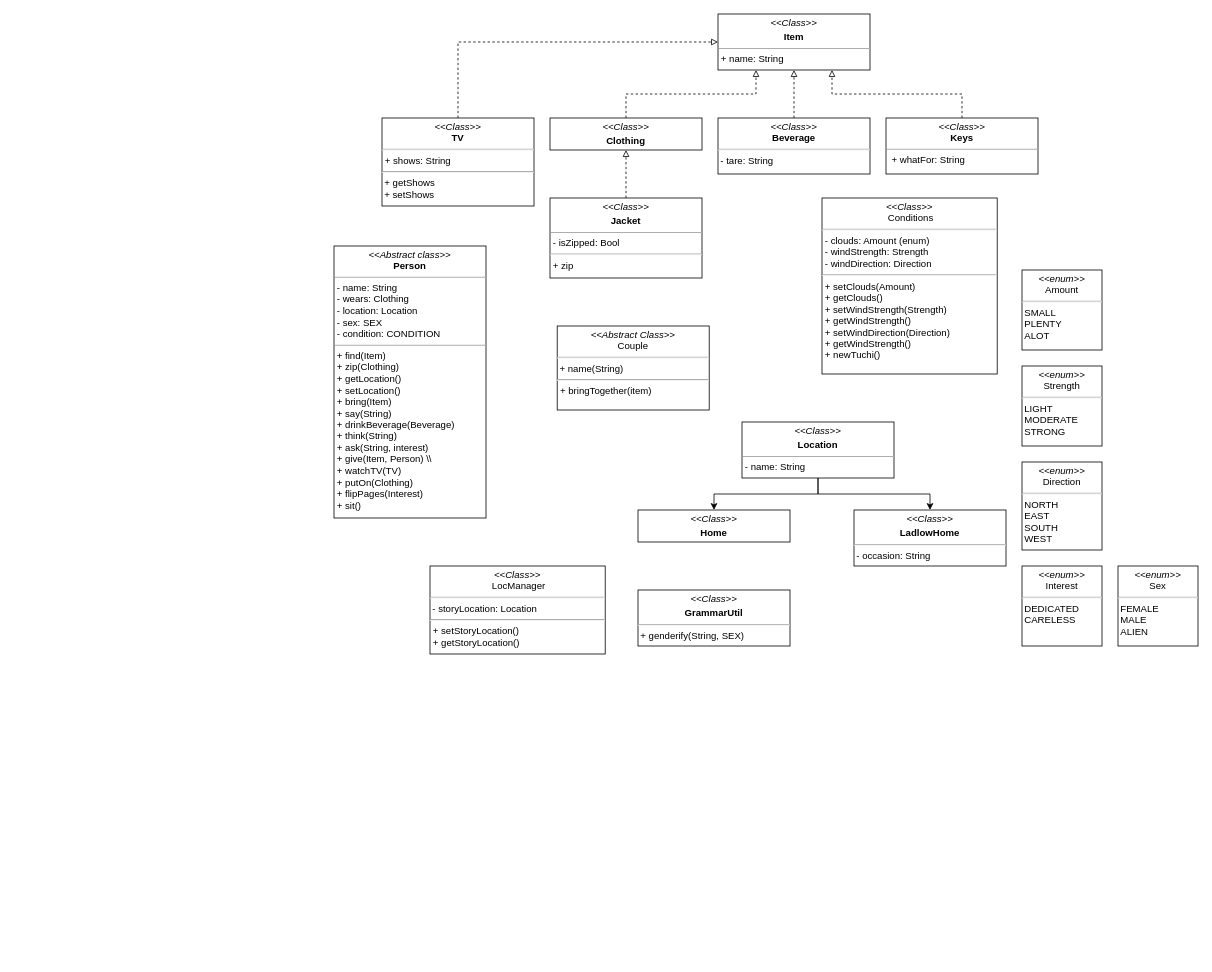
Above: Untitled Diagram.drawio in Sat1l/laba4 (draw.io), before the change. Source tidied: cells renumbered, new cells numbered last; positions are measured from the earlier drawing's top-left corner, leaving out a move shared by most shapes. Both pictures are drawn from the tidied source at 80%, with x=0, y=0 at pixel (334, 14).
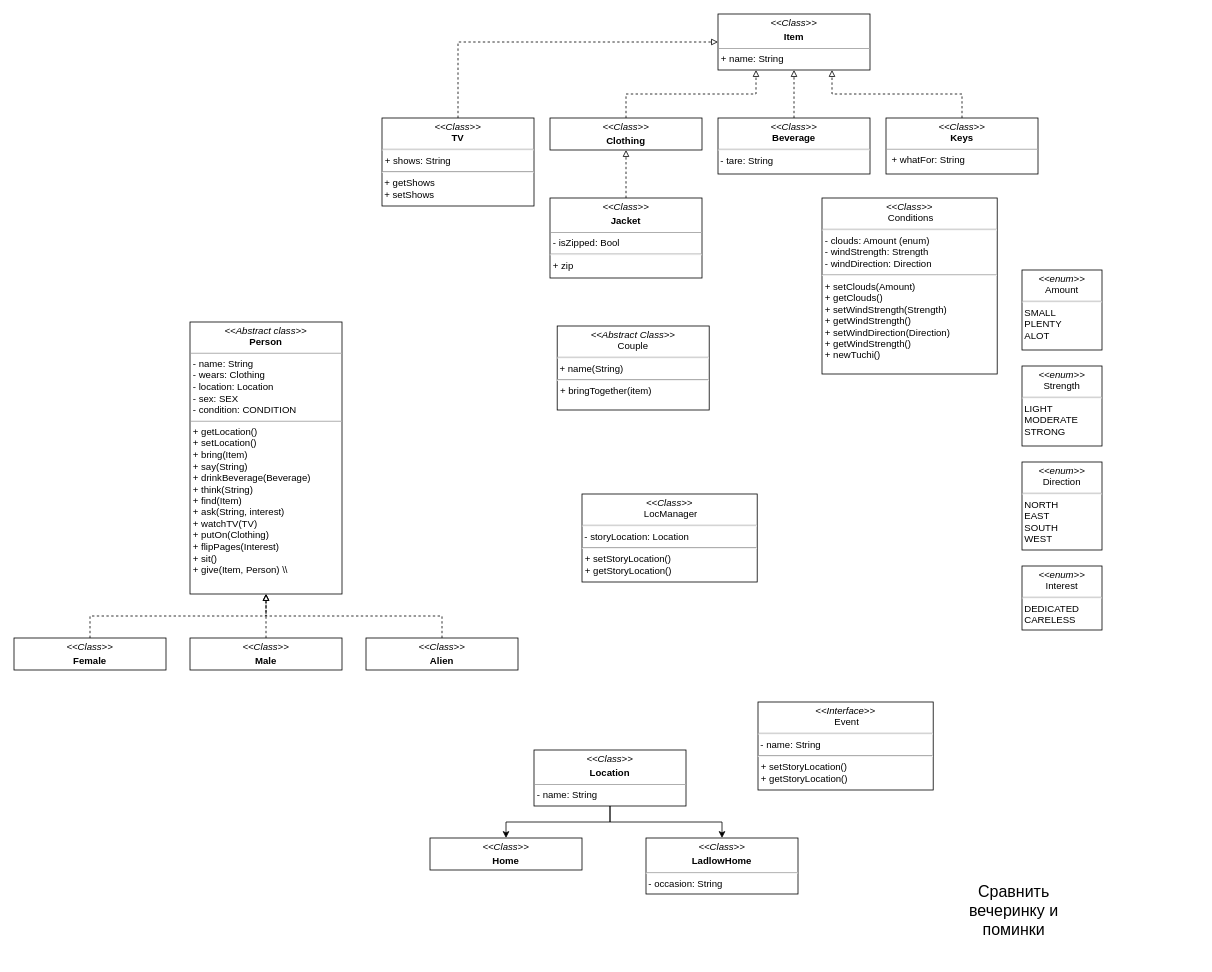
After the change.

Diff of the diagram source:
```diff
@@
-    <mxCell id="2" value="&lt;p style=&quot;margin:0px;margin-top:4px;text-align:center;&quot;&gt;&lt;i&gt;&amp;lt;&amp;lt;Abstract class&amp;gt;&amp;gt;&lt;/i&gt;&lt;br&gt;&lt;b&gt;Person&lt;/b&gt;&lt;/p&gt;&lt;hr size=&quot;1&quot;&gt;&lt;p style=&quot;margin:0px;margin-left:4px;&quot;&gt;- name: String&lt;/p&gt;&lt;p style=&quot;margin:0px;margin-left:4px;&quot;&gt;- wears: Clothing&lt;/p&gt;&lt;p style=&quot;margin:0px;margin-left:4px;&quot;&gt;- location: Location&lt;/p&gt;&lt;p style=&quot;margin:0px;margin-left:4px;&quot;&gt;- sex: SEX&lt;/p&gt;&lt;p style=&quot;margin:0px;margin-left:4px;&quot;&gt;- condition: CONDITION&lt;/p&gt;&lt;hr size=&quot;1&quot;&gt;&lt;p style=&quot;margin:0px;margin-left:4px;&quot;&gt;+ find(Item)&lt;br&gt;+ zip(Clothing)&lt;/p&gt;&lt;p style=&quot;border-color: var(--border-color); margin: 0px 0px 0px 4px;&quot;&gt;+ getLocation()&lt;/p&gt;&lt;p style=&quot;border-color: var(--border-color); margin: 0px 0px 0px 4px;&quot;&gt;+ setLocation()&lt;/p&gt;&lt;p style=&quot;margin:0px;margin-left:4px;&quot;&gt;+ bring(Item)&lt;/p&gt;&lt;p style=&quot;margin:0px;margin-left:4px;&quot;&gt;+ say(String)&lt;/p&gt;&lt;p style=&quot;margin:0px;margin-left:4px;&quot;&gt;+ drinkBeverage(Beverage)&lt;/p&gt;&lt;p style=&quot;margin:0px;margin-left:4px;&quot;&gt;+ think(String)&lt;/p&gt;&lt;p style=&quot;margin:0px;margin-left:4px;&quot;&gt;+ ask(String, interest)&lt;/p&gt;&lt;p style=&quot;margin:0px;margin-left:4px;&quot;&gt;+ give(Item, Person) \\&lt;/p&gt;&lt;p style=&quot;margin:0px;margin-left:4px;&quot;&gt;+ watchTV(TV)&lt;/p&gt;&lt;p style=&quot;margin:0px;margin-left:4px;&quot;&gt;+ putOn(Clothing)&lt;/p&gt;&lt;p style=&quot;margin:0px;margin-left:4px;&quot;&gt;+ flipPages(Interest)&lt;/p&gt;&lt;p style=&quot;margin:0px;margin-left:4px;&quot;&gt;+ sit()&lt;/p&gt;" style="verticalAlign=top;align=left;overflow=fill;fontSize=12;fontFamily=Helvetica;html=1;whiteSpace=wrap;" parent="1" vertex="1">
-      <mxGeometry y="290" width="190" height="340" as="geometry" />
+    <mxCell id="2" value="&lt;p style=&quot;margin:0px;margin-top:4px;text-align:center;&quot;&gt;&lt;i&gt;&amp;lt;&amp;lt;Abstract class&amp;gt;&amp;gt;&lt;/i&gt;&lt;br&gt;&lt;b&gt;Person&lt;/b&gt;&lt;/p&gt;&lt;hr size=&quot;1&quot;&gt;&lt;p style=&quot;margin:0px;margin-left:4px;&quot;&gt;- name: String&lt;/p&gt;&lt;p style=&quot;margin:0px;margin-left:4px;&quot;&gt;- wears: Clothing&lt;/p&gt;&lt;p style=&quot;margin:0px;margin-left:4px;&quot;&gt;- location: Location&lt;/p&gt;&lt;p style=&quot;margin:0px;margin-left:4px;&quot;&gt;- sex: SEX&lt;/p&gt;&lt;p style=&quot;margin:0px;margin-left:4px;&quot;&gt;- condition: CONDITION&lt;/p&gt;&lt;hr size=&quot;1&quot;&gt;&lt;p style=&quot;border-color: var(--border-color); margin: 0px 0px 0px 4px;&quot;&gt;+ getLocation()&lt;/p&gt;&lt;p style=&quot;border-color: var(--border-color); margin: 0px 0px 0px 4px;&quot;&gt;+ setLocation()&lt;/p&gt;&lt;p style=&quot;margin:0px;margin-left:4px;&quot;&gt;+ bring(Item)&lt;br&gt;&lt;/p&gt;&lt;p style=&quot;margin:0px;margin-left:4px;&quot;&gt;+ say(String)&lt;br&gt;&lt;/p&gt;&lt;p style=&quot;margin:0px;margin-left:4px;&quot;&gt;+ drinkBeverage(Beverage)&lt;br&gt;&lt;/p&gt;&lt;p style=&quot;margin:0px;margin-left:4px;&quot;&gt;+ think(String)&lt;/p&gt;&lt;p style=&quot;margin:0px;margin-left:4px;&quot;&gt;+ find(Item)&lt;/p&gt;&lt;p style=&quot;margin:0px;margin-left:4px;&quot;&gt;+ ask(String, interest)&lt;/p&gt;&lt;p style=&quot;margin:0px;margin-left:4px;&quot;&gt;+ watchTV(TV)&lt;br&gt;&lt;/p&gt;&lt;p style=&quot;border-color: var(--border-color); margin: 0px 0px 0px 4px;&quot;&gt;+ putOn(Clothing)&lt;/p&gt;&lt;p style=&quot;border-color: var(--border-color); margin: 0px 0px 0px 4px;&quot;&gt;+ flipPages(Interest)&lt;/p&gt;&lt;p style=&quot;border-color: var(--border-color); margin: 0px 0px 0px 4px;&quot;&gt;+ sit()&lt;/p&gt;&lt;p style=&quot;margin:0px;margin-left:4px;&quot;&gt;+ give(Item, Person) \\&lt;/p&gt;&lt;p style=&quot;margin:0px;margin-left:4px;&quot;&gt;&lt;br&gt;&lt;/p&gt;" style="verticalAlign=top;align=left;overflow=fill;fontSize=12;fontFamily=Helvetica;html=1;whiteSpace=wrap;" parent="1" vertex="1">
+      <mxGeometry x="-180" y="385" width="190" height="340" as="geometry" />
     </mxCell>
@@
     <mxCell id="12" value="&lt;p style=&quot;margin:0px;margin-top:4px;text-align:center;&quot;&gt;&lt;i&gt;&amp;lt;&amp;lt;Class&lt;/i&gt;&lt;i&gt;&amp;gt;&amp;gt;&lt;/i&gt;&lt;/p&gt;&lt;p style=&quot;margin:0px;margin-top:4px;text-align:center;&quot;&gt;&lt;b&gt;Location&lt;/b&gt;&lt;/p&gt;&lt;hr size=&quot;1&quot;&gt;&lt;p style=&quot;margin:0px;margin-left:4px;&quot;&gt;- name: String&lt;/p&gt;&lt;p style=&quot;margin:0px;margin-left:4px;&quot;&gt;&lt;br&gt;&lt;/p&gt;" style="verticalAlign=top;align=left;overflow=fill;fontSize=12;fontFamily=Helvetica;html=1;whiteSpace=wrap;" parent="1" vertex="1">
-      <mxGeometry x="510" y="510" width="190" height="70" as="geometry" />
+      <mxGeometry x="250" y="920" width="190" height="70" as="geometry" />
     </mxCell>
     <mxCell id="13" value="&lt;p style=&quot;margin:0px;margin-top:4px;text-align:center;&quot;&gt;&lt;i&gt;&amp;lt;&amp;lt;Class&lt;/i&gt;&lt;i&gt;&amp;gt;&amp;gt;&lt;/i&gt;&lt;/p&gt;&lt;p style=&quot;margin:0px;margin-top:4px;text-align:center;&quot;&gt;&lt;b&gt;Home&lt;/b&gt;&lt;/p&gt;" style="verticalAlign=top;align=left;overflow=fill;fontSize=12;fontFamily=Helvetica;html=1;whiteSpace=wrap;" parent="1" vertex="1">
-      <mxGeometry x="380" y="620" width="190" height="40" as="geometry" />
+      <mxGeometry x="120" y="1030" width="190" height="40" as="geometry" />
     </mxCell>
@@
     <mxCell id="20" value="&lt;p style=&quot;margin:0px;margin-top:4px;text-align:center;&quot;&gt;&lt;i&gt;&amp;lt;&amp;lt;Class&lt;/i&gt;&lt;i&gt;&amp;gt;&amp;gt;&lt;/i&gt;&lt;/p&gt;&lt;p style=&quot;margin:0px;margin-top:4px;text-align:center;&quot;&gt;&lt;b&gt;LadlowHome&lt;/b&gt;&lt;/p&gt;&lt;hr&gt;&amp;nbsp;- occasion: String" style="verticalAlign=top;align=left;overflow=fill;fontSize=12;fontFamily=Helvetica;html=1;whiteSpace=wrap;" parent="1" vertex="1">
-      <mxGeometry x="650" y="620" width="190" height="70" as="geometry" />
+      <mxGeometry x="390" y="1030" width="190" height="70" as="geometry" />
     </mxCell>
     <mxCell id="21" value="&lt;p style=&quot;margin:0px;margin-top:4px;text-align:center;&quot;&gt;&lt;i&gt;&amp;lt;&amp;lt;enum&amp;gt;&amp;gt;&lt;/i&gt;&lt;br&gt;Interest&lt;/p&gt;&lt;hr&gt;&amp;nbsp;DEDICATED&lt;br&gt;&amp;nbsp;CARELESS" style="verticalAlign=top;align=left;overflow=fill;fontSize=12;fontFamily=Helvetica;html=1;whiteSpace=wrap;" parent="1" vertex="1">
-      <mxGeometry x="860" y="690" width="100" height="100" as="geometry" />
+      <mxGeometry x="860" y="690" width="100" height="80" as="geometry" />
     </mxCell>
@@
     <mxCell id="23" value="&lt;p style=&quot;margin:0px;margin-top:4px;text-align:center;&quot;&gt;&lt;i&gt;&amp;lt;&amp;lt;Class&amp;gt;&amp;gt;&lt;/i&gt;&lt;br&gt;&amp;nbsp;LocManager&lt;/p&gt;&lt;hr&gt;&amp;nbsp;- storyLocation: Location&lt;br&gt;&lt;hr&gt;&lt;p style=&quot;margin:0px;margin-left:4px;&quot;&gt;+ setStoryLocation()&lt;/p&gt;&lt;p style=&quot;margin:0px;margin-left:4px;&quot;&gt;+ getStoryLocation()&lt;/p&gt;" style="verticalAlign=top;align=left;overflow=fill;fontSize=12;fontFamily=Helvetica;html=1;whiteSpace=wrap;" parent="1" vertex="1">
-      <mxGeometry x="120" y="690" width="219" height="110" as="geometry" />
+      <mxGeometry x="310" y="600" width="219" height="110" as="geometry" />
     </mxCell>
@@
-    <mxCell id="26" value="&lt;p style=&quot;margin:0px;margin-top:4px;text-align:center;&quot;&gt;&lt;i&gt;&amp;lt;&amp;lt;enum&amp;gt;&amp;gt;&lt;/i&gt;&lt;br&gt;Sex&lt;/p&gt;&lt;hr&gt;&amp;nbsp;FEMALE&lt;br&gt;&amp;nbsp;MALE&lt;br&gt;&amp;nbsp;ALIEN" style="verticalAlign=top;align=left;overflow=fill;fontSize=12;fontFamily=Helvetica;html=1;whiteSpace=wrap;" parent="1" vertex="1">
-      <mxGeometry x="980" y="690" width="100" height="100" as="geometry" />
-    </mxCell>
-    <mxCell id="27" value="&lt;p style=&quot;margin:0px;margin-top:4px;text-align:center;&quot;&gt;&lt;i&gt;&amp;lt;&amp;lt;Class&lt;/i&gt;&lt;i&gt;&amp;gt;&amp;gt;&lt;/i&gt;&lt;/p&gt;&lt;p style=&quot;margin:0px;margin-top:4px;text-align:center;&quot;&gt;&lt;b&gt;GrammarUtil&lt;/b&gt;&lt;/p&gt;&lt;hr&gt;&amp;nbsp;+ genderify(String, SEX)" style="verticalAlign=top;align=left;overflow=fill;fontSize=12;fontFamily=Helvetica;html=1;whiteSpace=wrap;" parent="1" vertex="1">
-      <mxGeometry x="380" y="720" width="190" height="70" as="geometry" />
-    </mxCell>
+    <mxCell id="28" value="&lt;p style=&quot;margin:0px;margin-top:4px;text-align:center;&quot;&gt;&lt;i&gt;&amp;lt;&amp;lt;Interface&amp;gt;&amp;gt;&lt;/i&gt;&lt;br&gt;&amp;nbsp;Event&lt;/p&gt;&lt;hr&gt;&amp;nbsp;- name: String&lt;br&gt;&lt;hr&gt;&lt;p style=&quot;margin:0px;margin-left:4px;&quot;&gt;+ setStoryLocation()&lt;/p&gt;&lt;p style=&quot;margin:0px;margin-left:4px;&quot;&gt;+ getStoryLocation()&lt;/p&gt;" style="verticalAlign=top;align=left;overflow=fill;fontSize=12;fontFamily=Helvetica;html=1;whiteSpace=wrap;" parent="1" vertex="1">
+      <mxGeometry x="530" y="860" width="219" height="110" as="geometry" />
+    </mxCell>
+    <mxCell id="29" value="&lt;font style=&quot;font-size: 20px;&quot;&gt;Сравнить вечеринку и поминки&lt;/font&gt;" style="text;html=1;strokeColor=none;fillColor=none;align=center;verticalAlign=middle;whiteSpace=wrap;rounded=0;" parent="1" vertex="1">
+      <mxGeometry x="760" y="1060" width="180" height="120" as="geometry" />
+    </mxCell>
+    <mxCell id="30" style="edgeStyle=orthogonalEdgeStyle;rounded=0;jettySize=auto;html=1;exitX=0.5;exitY=0;exitDx=0;exitDy=0;dashed=1;endArrow=block;endFill=0;" parent="1" edge="1" source="31" target="2">
+      <mxGeometry relative="1" as="geometry" />
+    </mxCell>
+    <mxCell id="31" value="&lt;p style=&quot;margin:0px;margin-top:4px;text-align:center;&quot;&gt;&lt;i&gt;&amp;lt;&amp;lt;Class&lt;/i&gt;&lt;i&gt;&amp;gt;&amp;gt;&lt;/i&gt;&lt;/p&gt;&lt;p style=&quot;margin:0px;margin-top:4px;text-align:center;&quot;&gt;&lt;b&gt;Female&lt;/b&gt;&lt;/p&gt;" style="verticalAlign=top;align=left;overflow=fill;fontSize=12;fontFamily=Helvetica;html=1;whiteSpace=wrap;" parent="1" vertex="1">
+      <mxGeometry x="-400" y="780" width="190" height="40" as="geometry" />
+    </mxCell>
+    <mxCell id="32" style="edgeStyle=orthogonalEdgeStyle;rounded=0;jettySize=auto;html=1;exitX=0.5;exitY=0;exitDx=0;exitDy=0;dashed=1;endArrow=block;endFill=0;" parent="1" edge="1" source="33" target="2">
+      <mxGeometry relative="1" as="geometry" />
+    </mxCell>
+    <mxCell id="33" value="&lt;p style=&quot;margin:0px;margin-top:4px;text-align:center;&quot;&gt;&lt;i&gt;&amp;lt;&amp;lt;Class&lt;/i&gt;&lt;i&gt;&amp;gt;&amp;gt;&lt;/i&gt;&lt;/p&gt;&lt;p style=&quot;margin:0px;margin-top:4px;text-align:center;&quot;&gt;&lt;b&gt;Male&lt;/b&gt;&lt;/p&gt;" style="verticalAlign=top;align=left;overflow=fill;fontSize=12;fontFamily=Helvetica;html=1;whiteSpace=wrap;" parent="1" vertex="1">
+      <mxGeometry x="-180" y="780" width="190" height="40" as="geometry" />
+    </mxCell>
+    <mxCell id="34" style="edgeStyle=orthogonalEdgeStyle;rounded=0;jettySize=auto;html=1;exitX=0.5;exitY=0;exitDx=0;exitDy=0;dashed=1;endArrow=block;endFill=0;" parent="1" edge="1" source="35" target="2">
+      <mxGeometry relative="1" as="geometry" />
+    </mxCell>
+    <mxCell id="35" value="&lt;p style=&quot;margin:0px;margin-top:4px;text-align:center;&quot;&gt;&lt;i&gt;&amp;lt;&amp;lt;Class&lt;/i&gt;&lt;i&gt;&amp;gt;&amp;gt;&lt;/i&gt;&lt;/p&gt;&lt;p style=&quot;margin:0px;margin-top:4px;text-align:center;&quot;&gt;&lt;b&gt;Alien&lt;/b&gt;&lt;/p&gt;" style="verticalAlign=top;align=left;overflow=fill;fontSize=12;fontFamily=Helvetica;html=1;whiteSpace=wrap;" parent="1" vertex="1">
+      <mxGeometry x="40" y="780" width="190" height="40" as="geometry" />
+    </mxCell>
```
